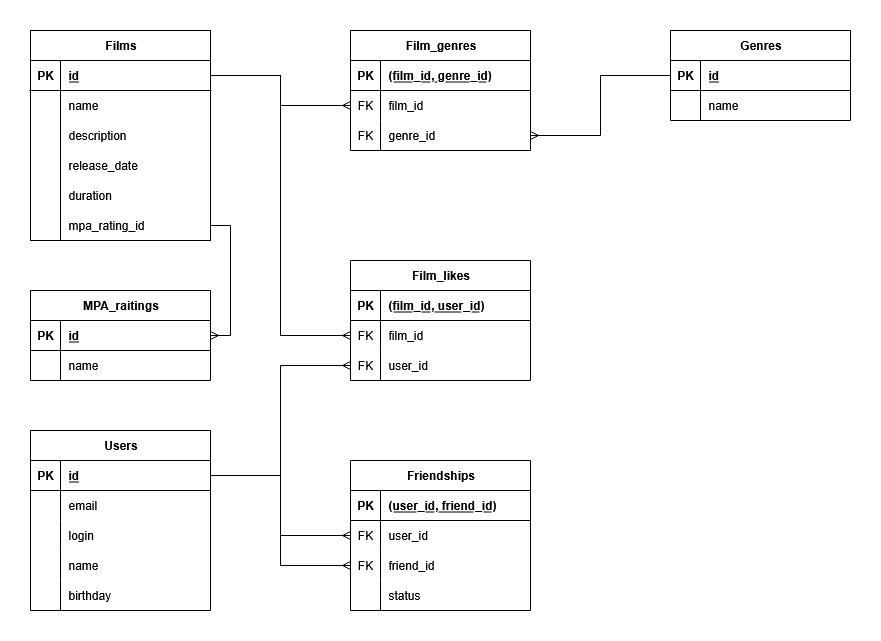
This is images/er_diagram.png from NikitaRovn/Filmorate, a draw.io export, as it was before one commit. Source tidied: cells renumbered, new cells last; positions are measured from the earlier drawing's top-left corner, leaving out a move shared by most shapes.
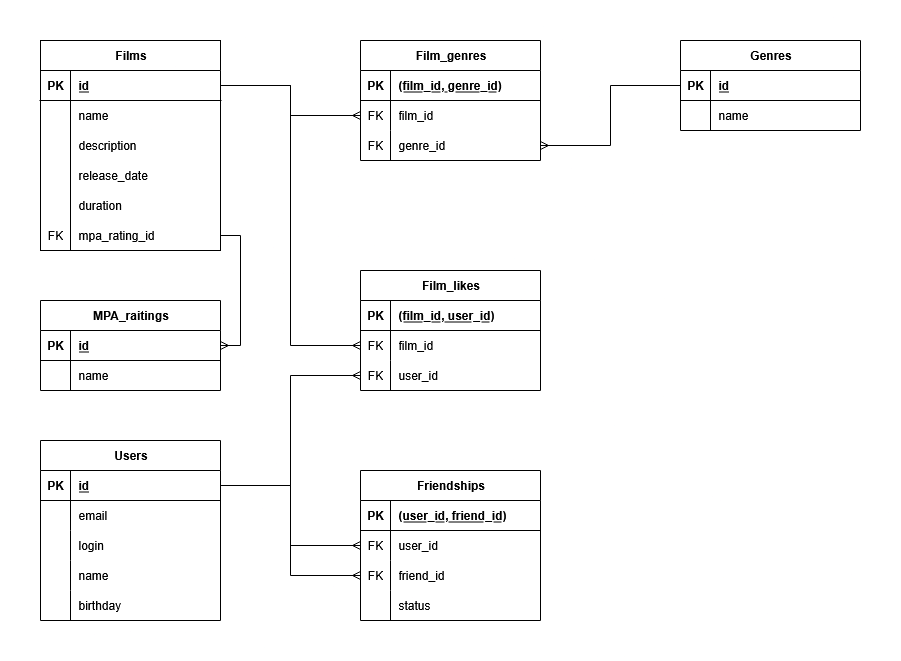
Above is the later version.

Commit message:
Добавить FK к полю mpa_raiting_id

Diff of the diagram source:
```diff
@@ -53,7 +53,7 @@
     <mxCell id="18" style="shape=tableRow;horizontal=0;startSize=0;swimlaneHead=0;swimlaneBody=0;fillColor=none;points=[[0,0.5],[1,0.5]];portConstraint=eastwest;top=0;left=0;right=0;bottom=0;" parent="2" vertex="1">
       <mxGeometry y="180" width="180" height="30" as="geometry" />
     </mxCell>
-    <mxCell id="19" style="shape=partialRectangle;fillColor=none;top=0;left=0;bottom=0;right=0;overflow=hidden;whiteSpace=wrap;html=1;" parent="18" vertex="1">
+    <mxCell id="19" value="FK" style="shape=partialRectangle;fillColor=none;top=0;left=0;bottom=0;right=0;overflow=hidden;whiteSpace=wrap;html=1;" parent="18" vertex="1">
       <mxGeometry width="30" height="30" as="geometry" />
     </mxCell>
     <mxCell id="20" value="mpa_rating_id" style="shape=partialRectangle;fillColor=none;top=0;left=0;bottom=0;right=0;align=left;spacingLeft=6;overflow=hidden;whiteSpace=wrap;html=1;" parent="18" vertex="1">
```
